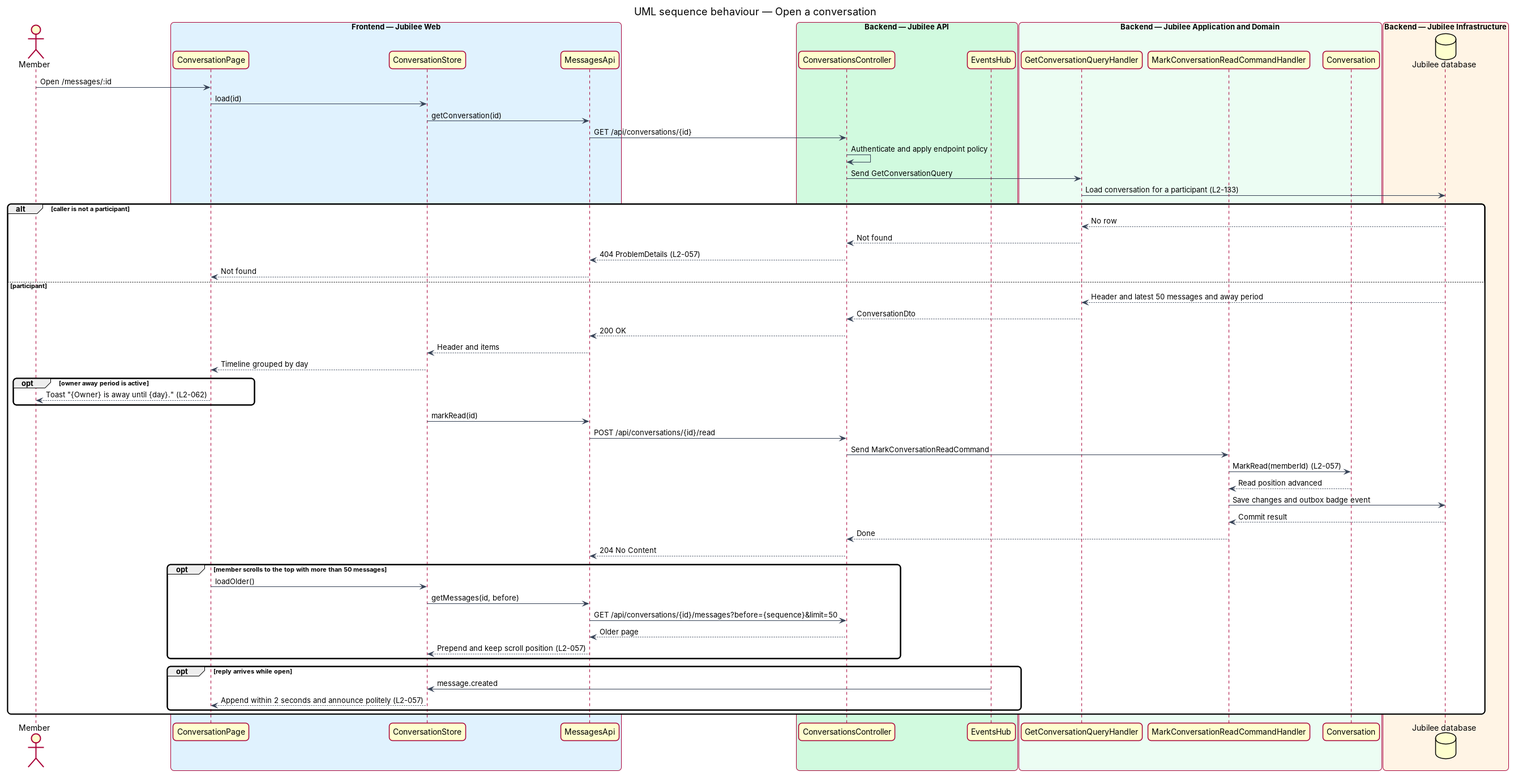
Earlier version of the PlantUML export docs/detailed-designs/messaging/exchange-messages/diagrams/sequence-open-conversation.png (QuinntyneBrown/jubilee). Its source is kept beside it as docs/detailed-designs/messaging/exchange-messages/diagrams/sequence-open-conversation.puml. Its diagram source:
```plantuml
@startuml
title UML sequence behaviour — Open a conversation
skinparam backgroundColor #FFFFFF
skinparam shadowing false
skinparam roundcorner 12
skinparam defaultFontName Arial
skinparam ArrowColor #344054
skinparam rectangle {
  BorderColor #344054
  FontColor #101828
}
skinparam package {
  BorderColor #667085
  FontColor #101828
  BackgroundColor #F9FAFB
}
actor "Member" as member
box "Frontend — Jubilee Web" #E0F2FE
  participant "ConversationPage" as page
  participant "ConversationStore" as store
  participant "MessagesApi" as client
end box
box "Backend — Jubilee API" #D1FADF
  participant "ConversationsController" as controller
  participant "EventsHub" as hub
end box
box "Backend — Jubilee Application and Domain" #ECFDF3
  participant "GetConversationQueryHandler" as handler
  participant "MarkConversationReadCommandHandler" as reader
  participant "Conversation" as entity
end box
box "Backend — Jubilee Infrastructure" #FFF4E5
  database "Jubilee database" as db
end box
member -> page : Open /messages/:id
page -> store : load(id)
store -> client : getConversation(id)
client -> controller : GET /api/conversations/{id}
controller -> controller : Authenticate and apply endpoint policy
controller -> handler : Send GetConversationQuery
handler -> db : Load conversation for a participant (L2-133)
alt caller is not a participant
  db --> handler : No row
  handler --> controller : Not found
  controller --> client : 404 ProblemDetails (L2-057)
  client --> page : Not found
else participant
  db --> handler : Header and latest 50 messages and away period
  handler --> controller : ConversationDto
  controller --> client : 200 OK
  client --> store : Header and items
  store --> page : Timeline grouped by day
  opt owner away period is active
    page --> member : Toast "{Owner} is away until {day}." (L2-062)
  end
  store -> client : markRead(id)
  client -> controller : POST /api/conversations/{id}/read
  controller -> reader : Send MarkConversationReadCommand
  reader -> entity : MarkRead(memberId) (L2-057)
  entity --> reader : Read position advanced
  reader -> db : Save changes and outbox badge event
  db --> reader : Commit result
  reader --> controller : Done
  controller --> client : 204 No Content
  opt member scrolls to the top with more than 50 messages
    page -> store : loadOlder()
    store -> client : getMessages(id, before)
    client -> controller : GET /api/conversations/{id}/messages?before={sequence}&limit=50
    controller --> client : Older page
    client --> store : Prepend and keep scroll position (L2-057)
  end
  opt reply arrives while open
    hub -> store : message.created
    store --> page : Append within 2 seconds and announce politely (L2-057)
  end
end
@enduml
```
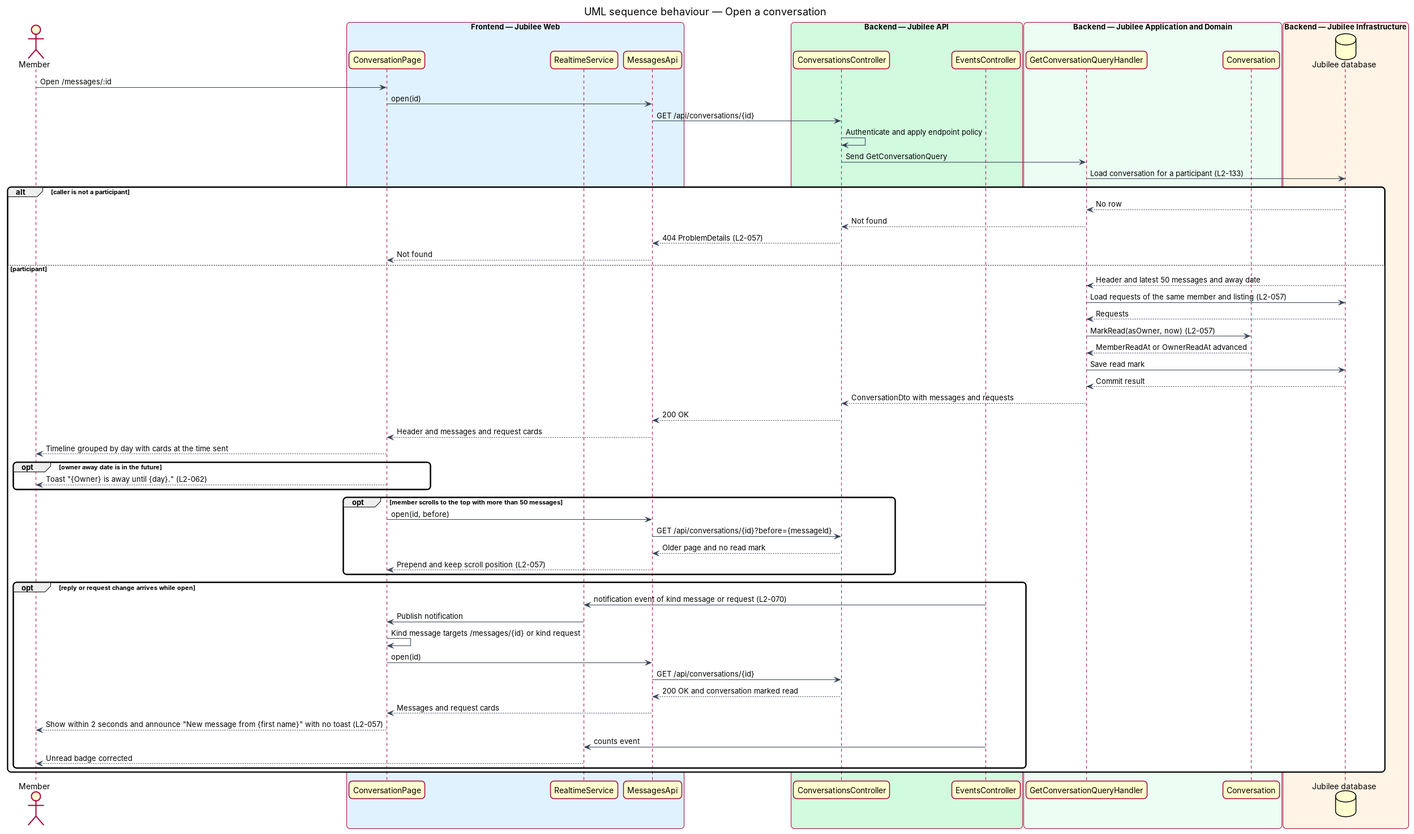
The same diagram one commit later.

Diff of the diagram source:
```diff
@@ -17,24 +17,22 @@
 actor "Member" as member
 box "Frontend — Jubilee Web" #E0F2FE
   participant "ConversationPage" as page
-  participant "ConversationStore" as store
+  participant "RealtimeService" as rt
   participant "MessagesApi" as client
 end box
 box "Backend — Jubilee API" #D1FADF
   participant "ConversationsController" as controller
-  participant "EventsHub" as hub
+  participant "EventsController" as events
 end box
 box "Backend — Jubilee Application and Domain" #ECFDF3
   participant "GetConversationQueryHandler" as handler
-  participant "MarkConversationReadCommandHandler" as reader
   participant "Conversation" as entity
 end box
 box "Backend — Jubilee Infrastructure" #FFF4E5
   database "Jubilee database" as db
 end box
 member -> page : Open /messages/:id
-page -> store : load(id)
-store -> client : getConversation(id)
+page -> client : open(id)
 client -> controller : GET /api/conversations/{id}
 controller -> controller : Authenticate and apply endpoint policy
 controller -> handler : Send GetConversationQuery
@@ -45,33 +43,37 @@
   controller --> client : 404 ProblemDetails (L2-057)
   client --> page : Not found
 else participant
-  db --> handler : Header and latest 50 messages and away period
-  handler --> controller : ConversationDto
+  db --> handler : Header and latest 50 messages and away date
+  handler -> db : Load requests of the same member and listing (L2-057)
+  db --> handler : Requests
+  handler -> entity : MarkRead(asOwner, now) (L2-057)
+  entity --> handler : MemberReadAt or OwnerReadAt advanced
+  handler -> db : Save read mark
+  db --> handler : Commit result
+  handler --> controller : ConversationDto with messages and requests
   controller --> client : 200 OK
-  client --> store : Header and items
-  store --> page : Timeline grouped by day
-  opt owner away period is active
+  client --> page : Header and messages and request cards
+  page --> member : Timeline grouped by day with cards at the time sent
+  opt owner away date is in the future
     page --> member : Toast "{Owner} is away until {day}." (L2-062)
   end
-  store -> client : markRead(id)
-  client -> controller : POST /api/conversations/{id}/read
-  controller -> reader : Send MarkConversationReadCommand
-  reader -> entity : MarkRead(memberId) (L2-057)
-  entity --> reader : Read position advanced
-  reader -> db : Save changes and outbox badge event
-  db --> reader : Commit result
-  reader --> controller : Done
-  controller --> client : 204 No Content
   opt member scrolls to the top with more than 50 messages
-    page -> store : loadOlder()
-    store -> client : getMessages(id, before)
-    client -> controller : GET /api/conversations/{id}/messages?before={sequence}&limit=50
-    controller --> client : Older page
-    client --> store : Prepend and keep scroll position (L2-057)
+    page -> client : open(id, before)
+    client -> controller : GET /api/conversations/{id}?before={messageId}
+    controller --> client : Older page and no read mark
+    client --> page : Prepend and keep scroll position (L2-057)
   end
-  opt reply arrives while open
-    hub -> store : message.created
-    store --> page : Append within 2 seconds and announce politely (L2-057)
+  opt reply or request change arrives while open
+    events -> rt : notification event of kind message or request (L2-070)
+    rt -> page : Publish notification
+    page -> page : Kind message targets /messages/{id} or kind request
+    page -> client : open(id)
+    client -> controller : GET /api/conversations/{id}
+    controller --> client : 200 OK and conversation marked read
+    client --> page : Messages and request cards
+    page --> member : Show within 2 seconds and announce "New message from {first name}" with no toast (L2-057)
+    events -> rt : counts event
+    rt --> member : Unread badge corrected
   end
 end
 @enduml
```
